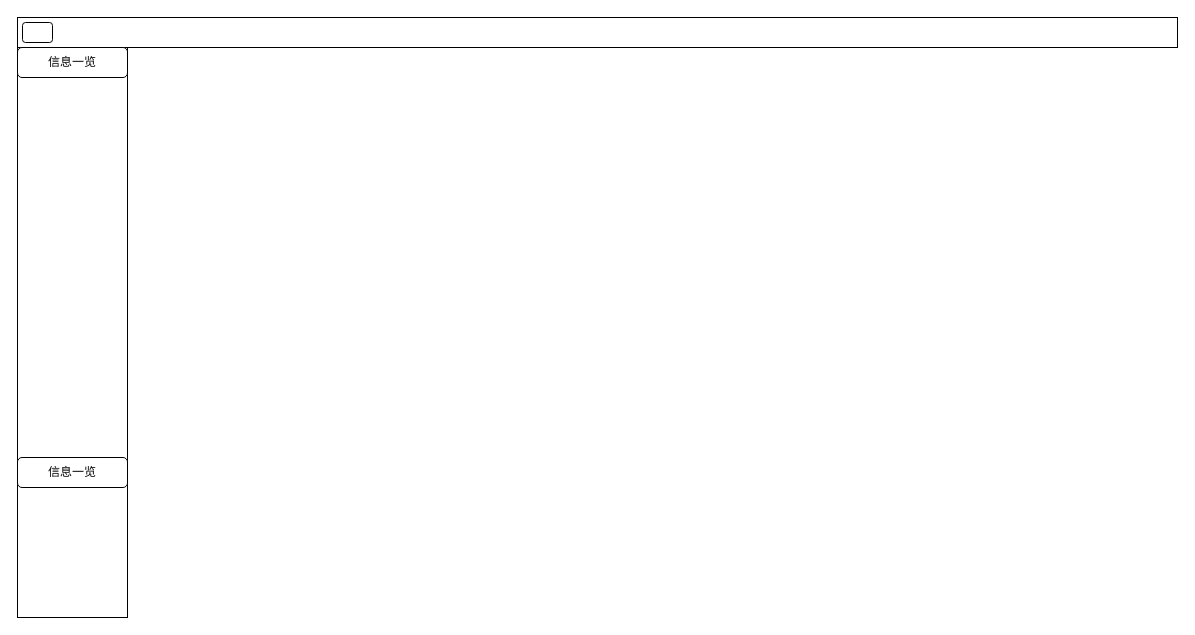
Earlier version of the draw.io diagram page "project-detail" (3 of 3) of project-in-action/software-develop-management-system/doc/design/ui/sdms.drawio (callistoctopus/project-all-in-one). Source tidied: cells renumbered, new cells numbered last; positions are measured from the earlier drawing's top-left corner, leaving out a move shared by most shapes. Both pictures are drawn from the tidied source at 100%, with x=0, y=0 at pixel (17, 17).
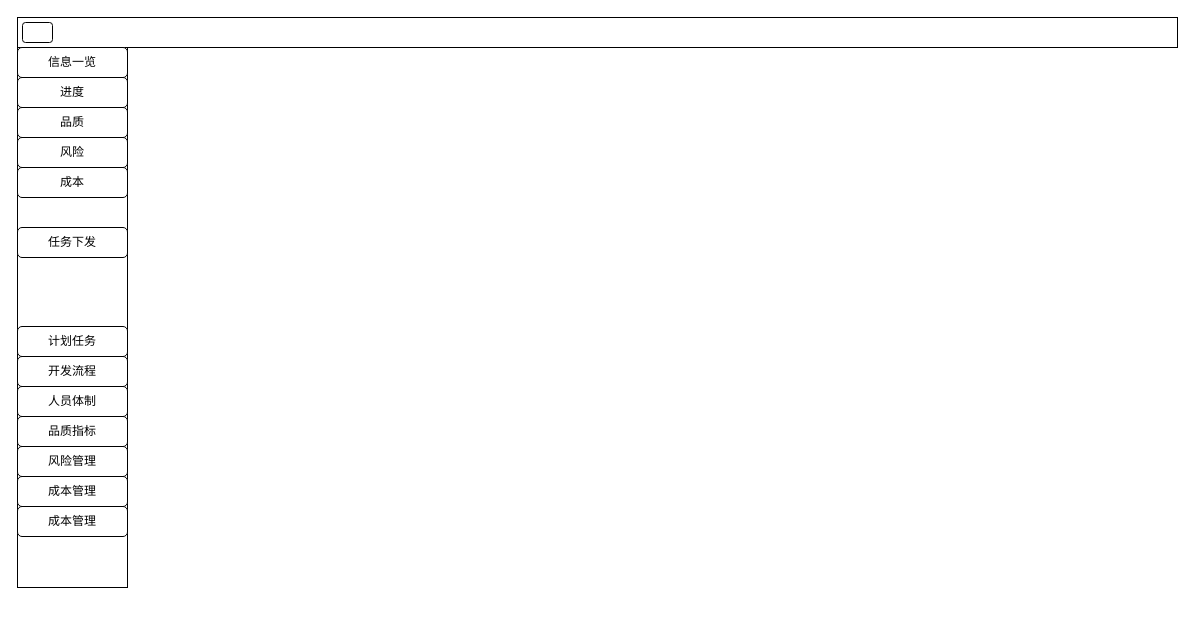
The same diagram, later.

The edit, as a diff of the source:
```diff
@@
 <mxGraphModel>
   <root>
     <mxCell id="0" />
     <mxCell id="1" parent="0" />
     <mxCell id="2" style="whiteSpace=wrap;html=1;" parent="1" vertex="1">
       <mxGeometry width="1160" height="30" as="geometry" />
     </mxCell>
     <mxCell id="3" style="rounded=1;whiteSpace=wrap;html=1;" parent="1" vertex="1">
       <mxGeometry x="5" y="5" width="30" height="20" as="geometry" />
     </mxCell>
     <mxCell id="4" style="rounded=0;whiteSpace=wrap;html=1;" parent="1" vertex="1">
-      <mxGeometry y="30" width="110" height="570" as="geometry" />
+      <mxGeometry y="30" width="110" height="540" as="geometry" />
     </mxCell>
     <mxCell id="5" value="信息一览" style="rounded=1;whiteSpace=wrap;html=1;" parent="1" vertex="1">
       <mxGeometry y="30" width="110" height="30" as="geometry" />
     </mxCell>
-    <mxCell id="6" value="信息一览" style="rounded=1;whiteSpace=wrap;html=1;" parent="1" vertex="1">
-      <mxGeometry y="440" width="110" height="30" as="geometry" />
+    <mxCell id="6" value="计划任务" style="rounded=1;whiteSpace=wrap;html=1;" parent="1" vertex="1">
+      <mxGeometry y="309" width="110" height="30" as="geometry" />
     </mxCell>
+    <mxCell id="7" value="进度" style="rounded=1;whiteSpace=wrap;html=1;" parent="1" vertex="1">
+      <mxGeometry y="60" width="110" height="30" as="geometry" />
+    </mxCell>
+    <mxCell id="8" value="品质" style="rounded=1;whiteSpace=wrap;html=1;" parent="1" vertex="1">
+      <mxGeometry y="90" width="110" height="30" as="geometry" />
+    </mxCell>
+    <mxCell id="9" value="风险" style="rounded=1;whiteSpace=wrap;html=1;" parent="1" vertex="1">
+      <mxGeometry y="120" width="110" height="30" as="geometry" />
+    </mxCell>
+    <mxCell id="10" value="成本" style="rounded=1;whiteSpace=wrap;html=1;" parent="1" vertex="1">
+      <mxGeometry y="150" width="110" height="30" as="geometry" />
+    </mxCell>
+    <mxCell id="11" value="开发流程" style="rounded=1;whiteSpace=wrap;html=1;" parent="1" vertex="1">
+      <mxGeometry y="339" width="110" height="30" as="geometry" />
+    </mxCell>
+    <mxCell id="12" value="人员体制" style="rounded=1;whiteSpace=wrap;html=1;" parent="1" vertex="1">
+      <mxGeometry y="369" width="110" height="30" as="geometry" />
+    </mxCell>
+    <mxCell id="13" value="品质指标" style="rounded=1;whiteSpace=wrap;html=1;" parent="1" vertex="1">
+      <mxGeometry y="399" width="110" height="30" as="geometry" />
+    </mxCell>
+    <mxCell id="14" value="风险管理" style="rounded=1;whiteSpace=wrap;html=1;" parent="1" vertex="1">
+      <mxGeometry y="429" width="110" height="30" as="geometry" />
+    </mxCell>
+    <mxCell id="15" value="成本管理" style="rounded=1;whiteSpace=wrap;html=1;" parent="1" vertex="1">
+      <mxGeometry y="459" width="110" height="30" as="geometry" />
+    </mxCell>
+    <mxCell id="16" value="成本管理" style="rounded=1;whiteSpace=wrap;html=1;" parent="1" vertex="1">
+      <mxGeometry y="489" width="110" height="30" as="geometry" />
+    </mxCell>
+    <mxCell id="17" value="任务下发" style="rounded=1;whiteSpace=wrap;html=1;" parent="1" vertex="1">
+      <mxGeometry y="210" width="110" height="30" as="geometry" />
+    </mxCell>
   </root>
 </mxGraphModel>
```
